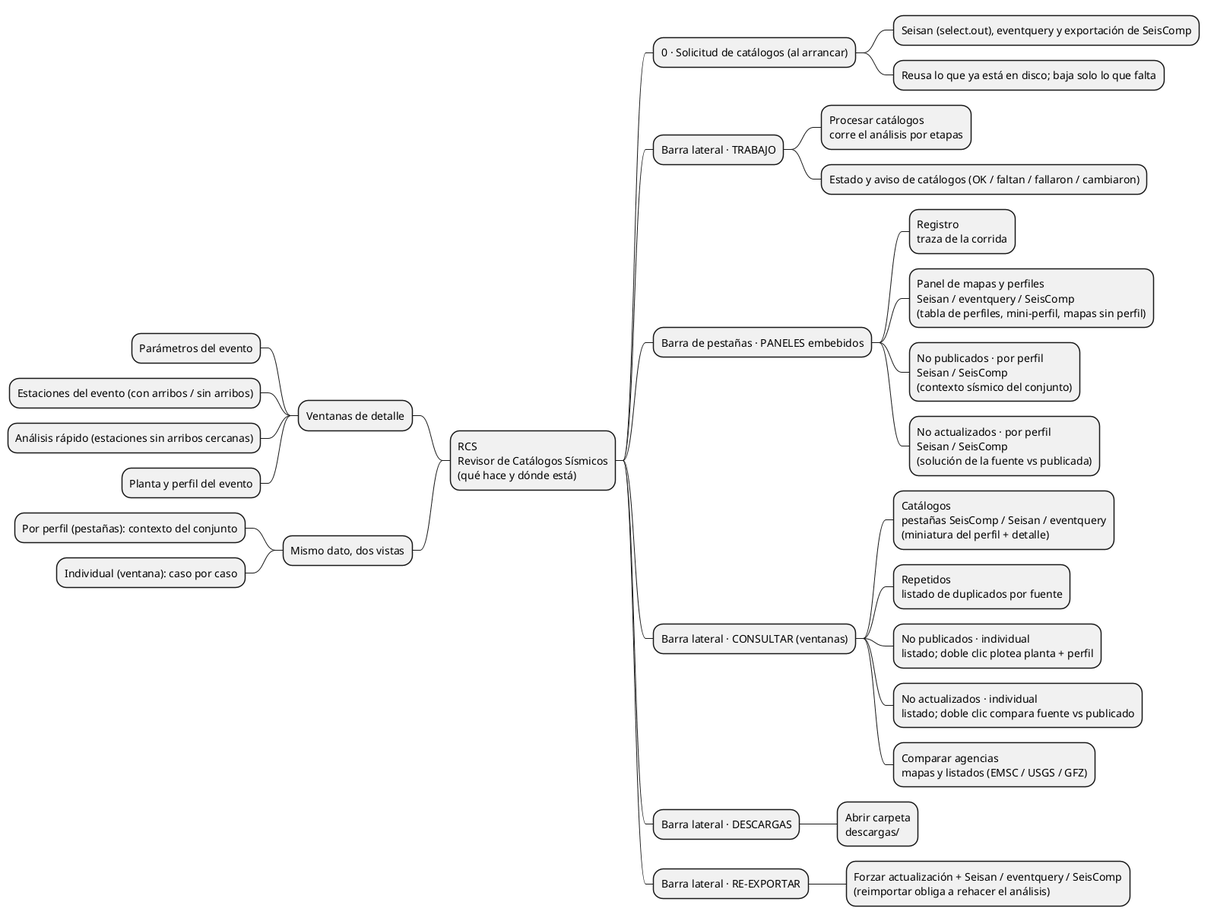
Above: docs/proyecto/img/09_mapa_funcional.png in HARZUNAB/revisacatalogos (PlantUML), before the change.
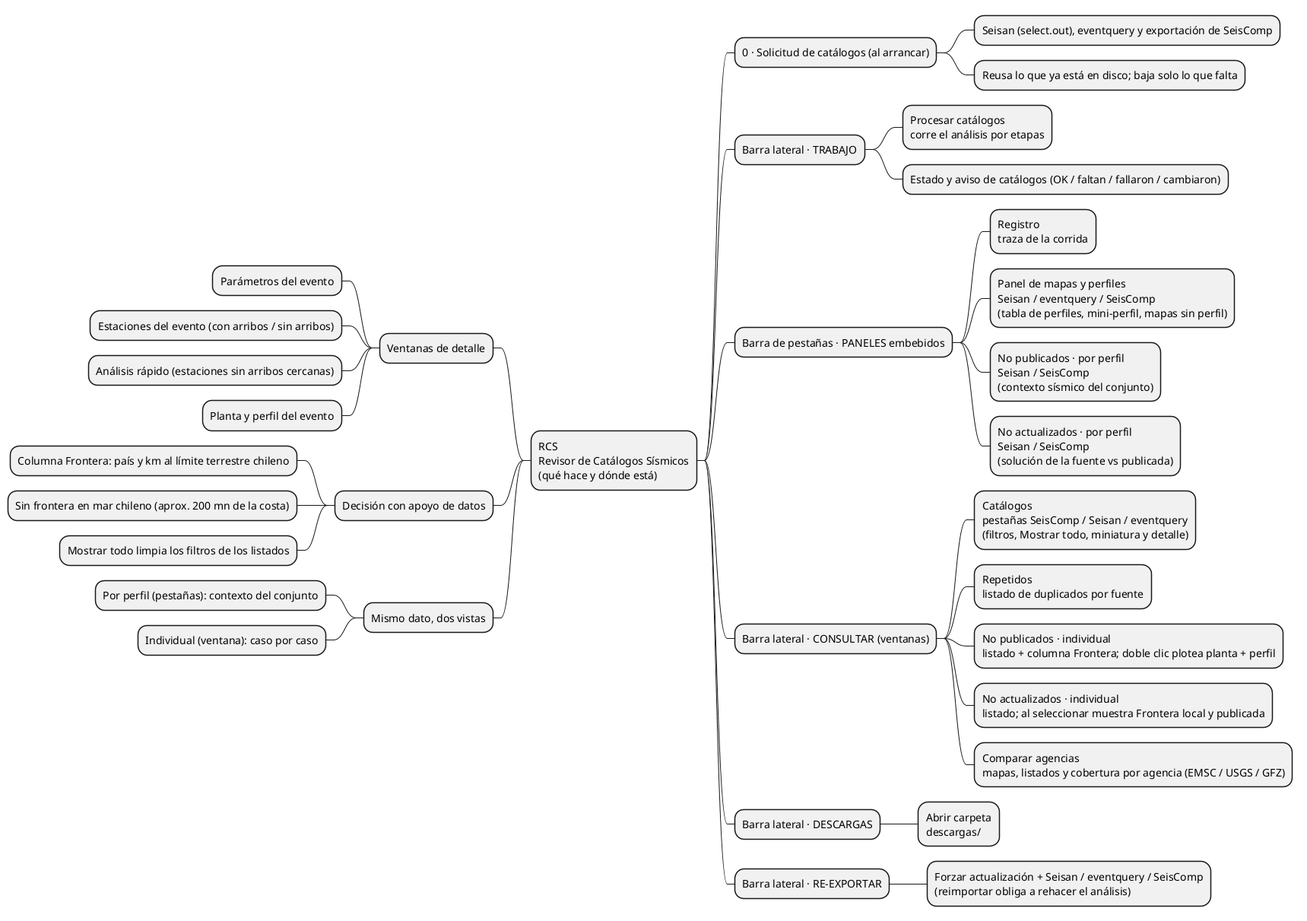
The same diagram one commit later.

Change to the diagram source:
```diff
@@ -21,11 +21,11 @@
 *** No actualizados · por perfil\nSeisan / SeisComp\n(solución de la fuente vs publicada)
 
 ** Barra lateral · CONSULTAR (ventanas)
-*** Catálogos\npestañas SeisComp / Seisan / eventquery\n(miniatura del perfil + detalle)
+*** Catálogos\npestañas SeisComp / Seisan / eventquery\n(filtros, Mostrar todo, miniatura y detalle)
 *** Repetidos\nlistado de duplicados por fuente
-*** No publicados · individual\nlistado; doble clic plotea planta + perfil
-*** No actualizados · individual\nlistado; doble clic compara fuente vs publicado
-*** Comparar agencias\nmapas y listados (EMSC / USGS / GFZ)
+*** No publicados · individual\nlistado + columna Frontera; doble clic plotea planta + perfil
+*** No actualizados · individual\nlistado; al seleccionar muestra Frontera local y publicada
+*** Comparar agencias\nmapas, listados y cobertura por agencia (EMSC / USGS / GFZ)
 
 ** Barra lateral · DESCARGAS
 *** Abrir carpeta\ndescargas/
@@ -41,6 +41,11 @@
 *** Análisis rápido (estaciones sin arribos cercanas)
 *** Planta y perfil del evento
 
+** Decisión con apoyo de datos
+*** Columna Frontera: país y km al límite terrestre chileno
+*** Sin frontera en mar chileno (aprox. 200 mn de la costa)
+*** Mostrar todo limpia los filtros de los listados
+
 ** Mismo dato, dos vistas
 *** Por perfil (pestañas): contexto del conjunto
 *** Individual (ventana): caso por caso
```
